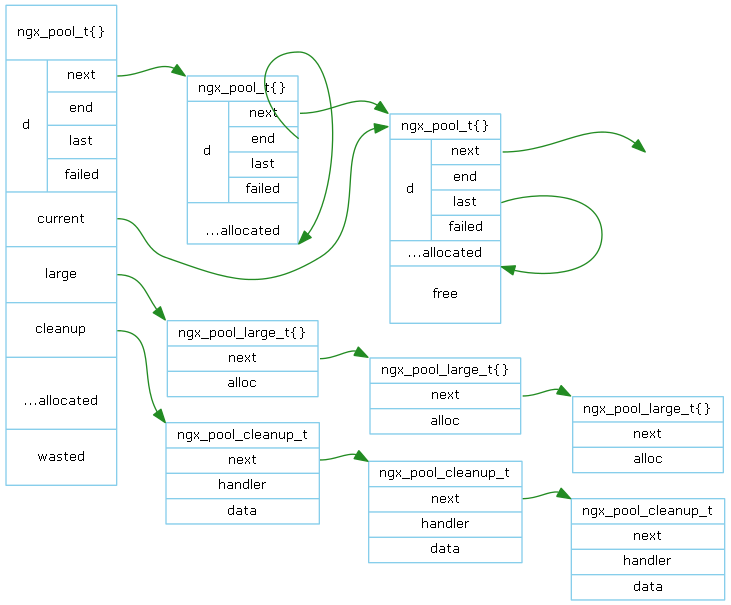
Before: doc/Graph/memory_model/ngx_pool.png, a diagram exported from Graphviz (lingjf/nginx_analyse). Its source is kept beside it as doc/Graph/memory_model/ngx_pool.gv. The source it was exported from:
```dot
digraph ngx_pool {
   rankdir=LR;
   node [shape=record, color=skyblue, fontname="Verdana", fontsize=10];
   edge [color=forestgreen, fontname="Verdana", fontsize=10];

   ngx_pool_t0 [label="<h>ngx_pool_t\{\}|{d|{<next>next|<end>end|<last>last|failed}}|<current>current|<large>large|<cleanup>cleanup|\n...allocated\n|wasted", height=5];
   ngx_pool_t1 [label="<h>ngx_pool_t\{\}|{d|{<next>next|<end>end|<last>last|failed}}|\n...allocated\n"];
   ngx_pool_t2 [label="<h>ngx_pool_t\{\}|{d|{<next>next|<end>end|<last>last|failed}}|...allocated|<space>\nfree\n\n"];
   ngx_pool_t3[shape=none, width=0, height=0, label=""];

   ngx_pool_t0:next -> ngx_pool_t1:h:nw [weight=10];
   ngx_pool_t1:next -> ngx_pool_t2:h:nw [weight=10];
   ngx_pool_t2:next -> ngx_pool_t3:nw [weight=10];

   ngx_pool_t1:end:e -> ngx_pool_t1:se [weight=10];
   ngx_pool_t2:last:e -> ngx_pool_t2:space:ne;

   ngx_pool_t0:current -> ngx_pool_t2:h;

   ngx_pool_large_t_1 [label="<h>ngx_pool_large_t\{\}|<next>next|<alloc>alloc"];
   ngx_pool_large_t_2 [label="<h>ngx_pool_large_t\{\}|<next>next|<alloc>alloc"];
   ngx_pool_large_t_3 [label="<h>ngx_pool_large_t\{\}|<next>next|<alloc>alloc"];

   ngx_pool_t0:large -> ngx_pool_large_t_1:h:nw;
   ngx_pool_large_t_1:next -> ngx_pool_large_t_2:h:nw;
   ngx_pool_large_t_2:next -> ngx_pool_large_t_3:h:nw;


   ngx_pool_cleanup_t_1 [label="<h>ngx_pool_cleanup_t|<next>next|<handler>handler|<data>data"];
   ngx_pool_cleanup_t_2 [label="<h>ngx_pool_cleanup_t|<next>next|<handler>handler|<data>data"];
   ngx_pool_cleanup_t_3 [label="<h>ngx_pool_cleanup_t|<next>next|<handler>handler|<data>data"];

   ngx_pool_t0:cleanup -> ngx_pool_cleanup_t_1:h:nw;
   ngx_pool_cleanup_t_1:next -> ngx_pool_cleanup_t_2:h:nw;
   ngx_pool_cleanup_t_2:next -> ngx_pool_cleanup_t_3:h:nw;
}
```
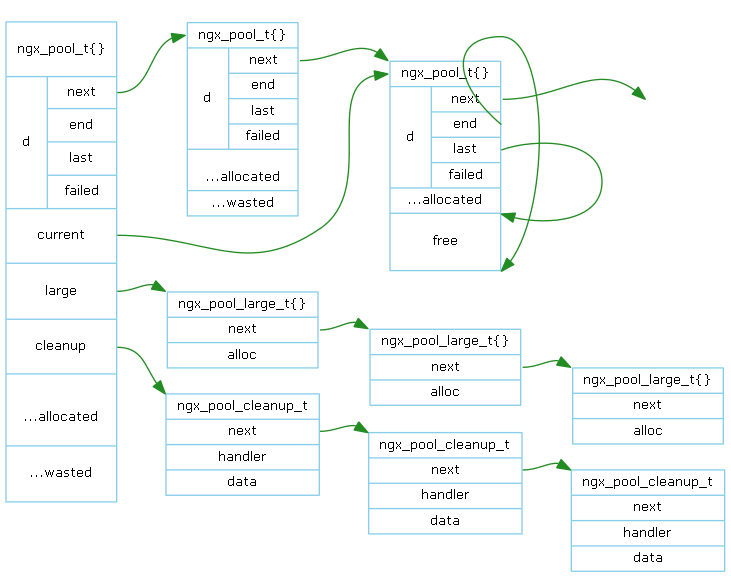
After the commit.

Commit message:
Update memory pool graph

Diff of the diagram source:
```diff
@@ -3,17 +3,19 @@
    node [shape=record, color=skyblue, fontname="Verdana", fontsize=10];
    edge [color=forestgreen, fontname="Verdana", fontsize=10];
 
-   ngx_pool_t0 [label="<h>ngx_pool_t\{\}|{d|{<next>next|<end>end|<last>last|failed}}|<current>current|<large>large|<cleanup>cleanup|\n...allocated\n|wasted", height=5];
-   ngx_pool_t1 [label="<h>ngx_pool_t\{\}|{d|{<next>next|<end>end|<last>last|failed}}|\n...allocated\n"];
+   ngx_pool_t0 [label="<h>ngx_pool_t\{\}|{d|{<next>next|<end>end|<last>last|failed}}|<current>current|<large>large|<cleanup>cleanup|\n...allocated\n|...wasted", height=5];
+   ngx_pool_t1 [label="<h>ngx_pool_t\{\}|{d|{<next>next|<end>end|<last>last|failed}}|\n...allocated\n|...wasted"];
    ngx_pool_t2 [label="<h>ngx_pool_t\{\}|{d|{<next>next|<end>end|<last>last|failed}}|...allocated|<space>\nfree\n\n"];
    ngx_pool_t3[shape=none, width=0, height=0, label=""];
 
-   ngx_pool_t0:next -> ngx_pool_t1:h:nw [weight=10];
+  ngx_pool_t0:ne -> ngx_pool_t1:nw [weight=30, color=none];
+
+   ngx_pool_t0:next -> ngx_pool_t1:h [weight=10];
    ngx_pool_t1:next -> ngx_pool_t2:h:nw [weight=10];
    ngx_pool_t2:next -> ngx_pool_t3:nw [weight=10];
 
-   ngx_pool_t1:end:e -> ngx_pool_t1:se [weight=10];
    ngx_pool_t2:last:e -> ngx_pool_t2:space:ne;
+   ngx_pool_t2:end:e -> ngx_pool_t2:se;
 
    ngx_pool_t0:current -> ngx_pool_t2:h;
 
```
